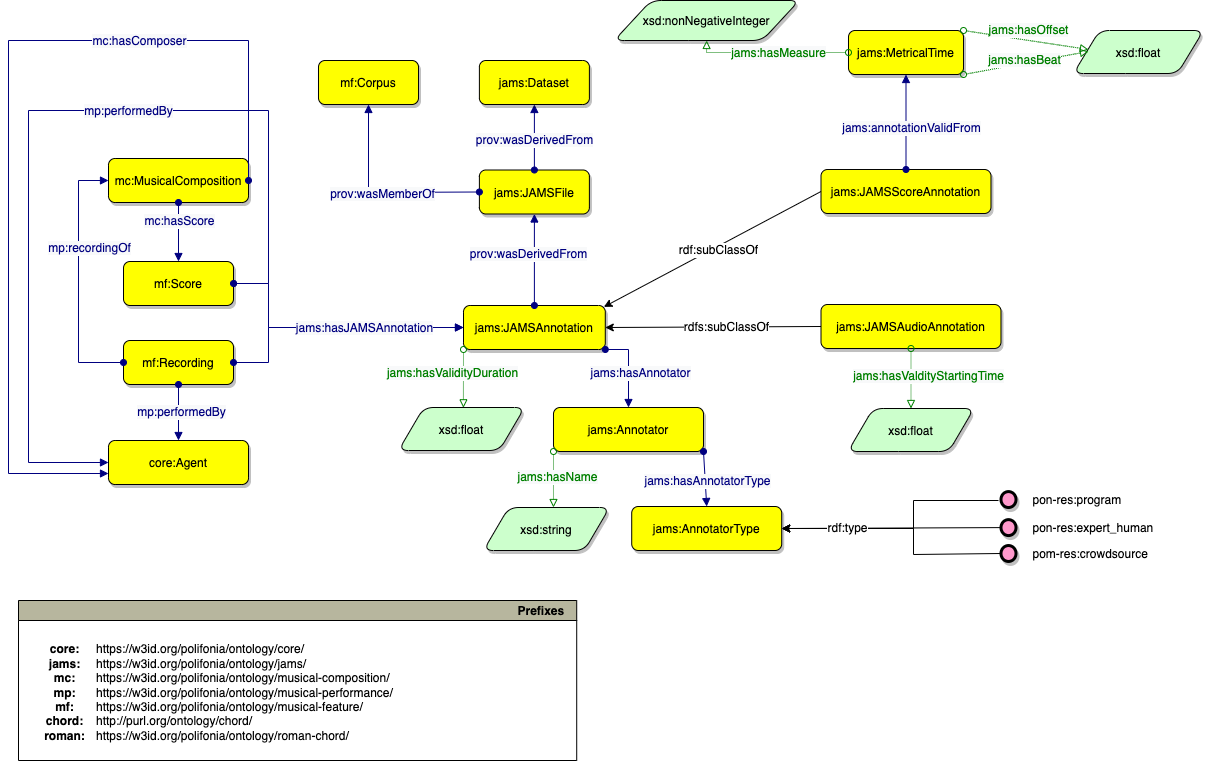
Before: assets/jams-annotation.png, a diagram exported from draw.io (polifonia-project/jams-ontology). Source tidied: cells renumbered, new cells last; positions are measured from the earlier drawing's top-left corner, leaving out a move shared by most shapes.
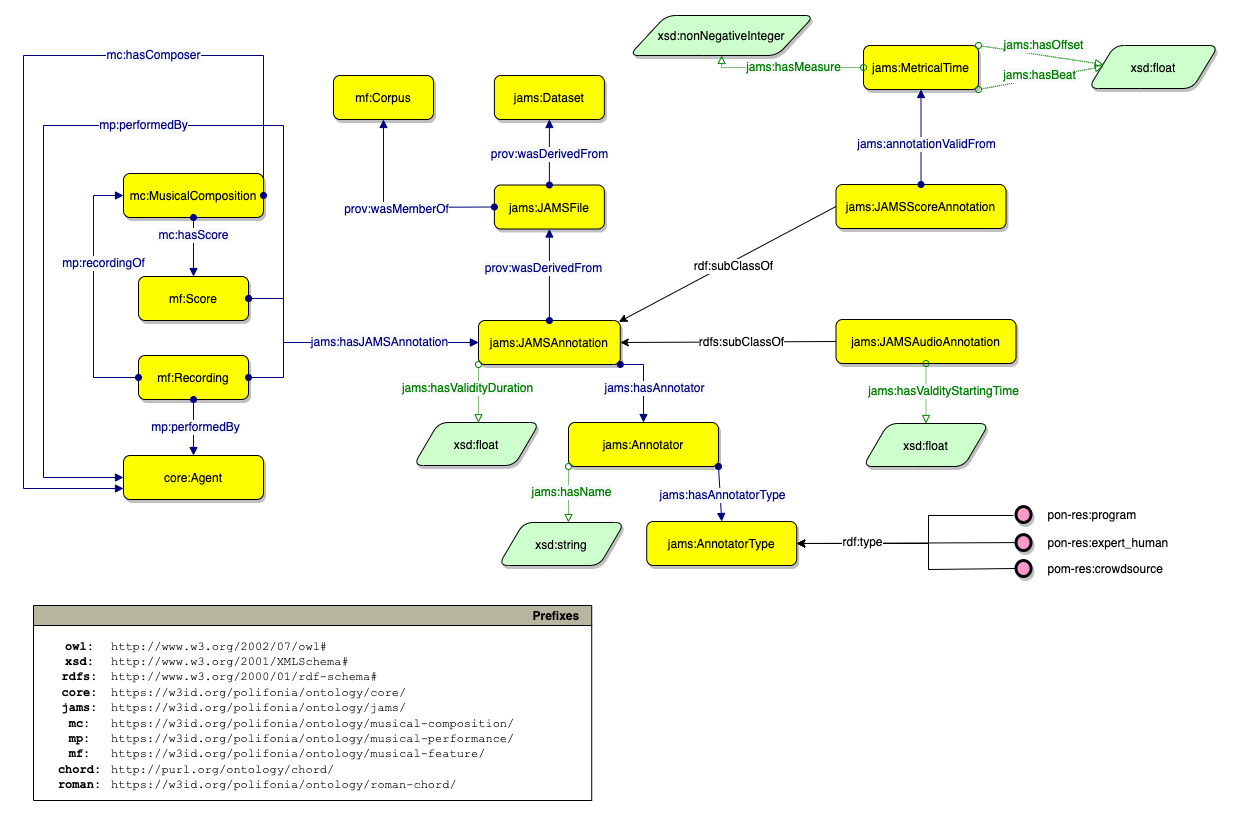
After the change.

What changed in the source:
```diff
@@ -3,13 +3,13 @@
     <mxCell id="0" />
     <mxCell id="1" parent="0" />
     <mxCell id="2" value="Prefixes" style="graphMlID=n0;shape=swimlane;startSize=20;fillColor=#b7b69e;strokeColor=#000000;strokeWidth=1.0;align=right;spacingRight=10;fontStyle=1;fontFamily=Helvetica;" parent="1" vertex="1">
-      <mxGeometry x="10" y="600" width="558.2" height="160" as="geometry" />
+      <mxGeometry x="10" y="590" width="558.2" height="195" as="geometry" />
     </mxCell>
-    <mxCell id="3" value="&lt;b&gt;&lt;br&gt;core:&lt;br&gt;jams:&lt;br&gt;mc:&lt;br&gt;mp:&lt;br&gt;mf:&lt;br&gt;chord:&lt;br&gt;roman:&lt;br&gt;&lt;/b&gt;" style="text;html=1;align=center;verticalAlign=middle;fontFamily=Helvetica;" parent="2" vertex="1">
-      <mxGeometry x="16.1" y="25" width="60" height="120" as="geometry" />
+    <mxCell id="3" value="&lt;b&gt;&lt;font face=&quot;Courier New&quot;&gt;owl:&lt;br&gt;xsd:&lt;br&gt;rdfs:&lt;br&gt;core:&lt;br&gt;jams:&lt;br&gt;mc:&lt;br&gt;mp:&lt;br&gt;mf:&lt;br&gt;chord:&lt;br&gt;roman:&lt;/font&gt;&lt;br&gt;&lt;/b&gt;" style="text;html=1;align=center;verticalAlign=middle;fontFamily=Helvetica;" parent="2" vertex="1">
+      <mxGeometry x="16.1" y="30" width="60" height="160" as="geometry" />
     </mxCell>
-    <mxCell id="4" value="&lt;br&gt;https://w3id.org/polifonia/ontology/core/&lt;br&gt;https://w3id.org/polifonia/ontology/jams/&lt;br&gt;https://w3id.org/polifonia/ontology/musical-composition/&lt;br&gt;https://w3id.org/polifonia/ontology/musical-performance/&lt;br&gt;https://w3id.org/polifonia/ontology/musical-feature/&lt;br&gt;http://purl.org/ontology/chord/&lt;br&gt;https://w3id.org/polifonia/ontology/roman-chord/" style="text;html=1;align=left;verticalAlign=middle;fontFamily=Helvetica;" parent="2" vertex="1">
-      <mxGeometry x="76.1" y="25" width="310" height="120" as="geometry" />
+    <mxCell id="4" value="&lt;font face=&quot;Courier New&quot;&gt;http://www.w3.org/2002/07/owl#&lt;br style=&quot;&quot;&gt;http://www.w3.org/2001/XMLSchema#&lt;br style=&quot;&quot;&gt;http://www.w3.org/2000/01/rdf-schema#&lt;br&gt;https://w3id.org/polifonia/ontology/core/&lt;br&gt;https://w3id.org/polifonia/ontology/jams/&lt;br&gt;https://w3id.org/polifonia/ontology/musical-composition/&lt;br&gt;https://w3id.org/polifonia/ontology/musical-performance/&lt;br&gt;https://w3id.org/polifonia/ontology/musical-feature/&lt;br&gt;http://purl.org/ontology/chord/&lt;br&gt;https://w3id.org/polifonia/ontology/roman-chord/&lt;/font&gt;" style="text;html=1;align=left;verticalAlign=middle;fontFamily=Helvetica;" parent="2" vertex="1">
+      <mxGeometry x="76.1" y="30" width="420" height="160" as="geometry" />
     </mxCell>
     <mxCell id="5" value="jams:JAMSAnnotation" style="graphMlID=n4;shape=rect;rounded=1;arcsize=30;fillColor=#ffff00;strokeColor=#000000;strokeWidth=1.0;fontFamily=Helvetica;fontSize=12;shadow=1;" parent="1" vertex="1">
       <mxGeometry x="455" y="305" width="141.8" height="44" as="geometry" />
```
